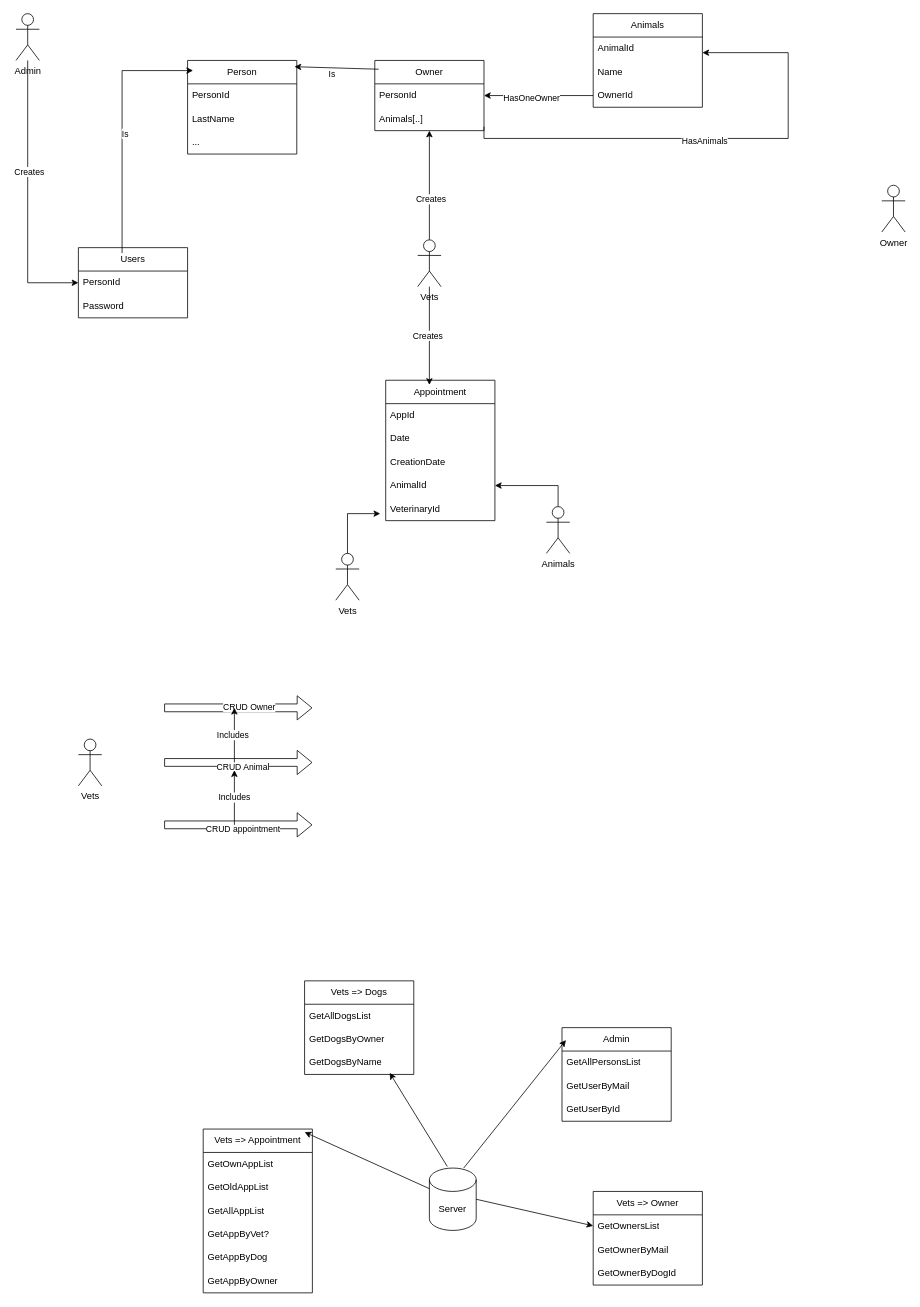
This is VetClinic.drawio from A-LTran/TFTIT_BackEnd_VetClinic_Web_API, a draw.io file, before an edit. Source tidied: cells renumbered, new cells numbered last; positions are measured from the earlier drawing's top-left corner, leaving out a move shared by most shapes. Both pictures are drawn from the tidied source at 78%, with x=0, y=0 at pixel (16, 13).
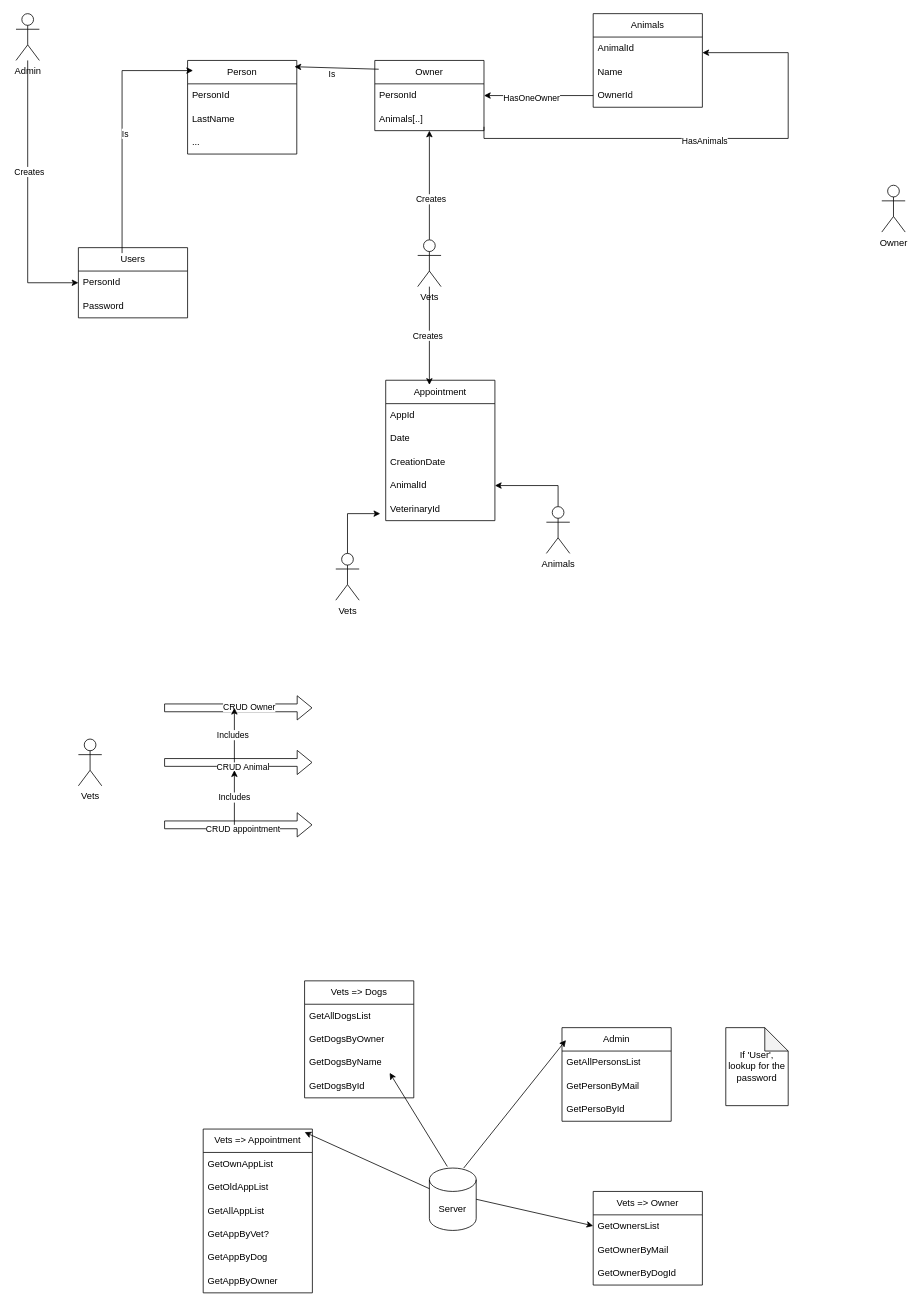
After the change.

Unchanged cells that the change refers to:
```xml
<mxCell id="54" value="Admin" style="swimlane;fontStyle=0;horizontal=1;startSize=30;whiteSpace=wrap;html=1;" parent="1" vertex="1">
  <mxGeometry x="700" y="1300" width="140" height="120" as="geometry" />
</mxCell>
```

Change to the diagram source:
```diff
@@
-    <mxCell id="56" value="GetUserByMail" style="text;strokeColor=none;fillColor=none;align=left;verticalAlign=middle;spacingLeft=4;spacingRight=4;overflow=hidden;whiteSpace=wrap;html=1;" parent="54" vertex="1">
+    <mxCell id="56" value="GetPersonByMail" style="text;strokeColor=none;fillColor=none;align=left;verticalAlign=middle;spacingLeft=4;spacingRight=4;overflow=hidden;whiteSpace=wrap;html=1;" parent="54" vertex="1">
       <mxGeometry y="60" width="140" height="30" as="geometry" />
     </mxCell>
-    <mxCell id="57" value="GetUserById" style="text;strokeColor=none;fillColor=none;align=left;verticalAlign=middle;spacingLeft=4;spacingRight=4;overflow=hidden;whiteSpace=wrap;html=1;" parent="54" vertex="1">
+    <mxCell id="57" value="GetPersoById" style="text;strokeColor=none;fillColor=none;align=left;verticalAlign=middle;spacingLeft=4;spacingRight=4;overflow=hidden;whiteSpace=wrap;html=1;" parent="54" vertex="1">
       <mxGeometry y="90" width="140" height="30" as="geometry" />
     </mxCell>
@@
     <mxCell id="72" value="Vets =&amp;gt; Dogs" style="swimlane;fontStyle=0;horizontal=1;startSize=30;whiteSpace=wrap;html=1;" parent="1" vertex="1">
-      <mxGeometry x="370" y="1240" width="140" height="120" as="geometry" />
+      <mxGeometry x="370" y="1240" width="140" height="150" as="geometry" />
     </mxCell>
@@
+    <mxCell id="77" value="GetDogsById" style="text;strokeColor=none;fillColor=none;align=left;verticalAlign=middle;spacingLeft=4;spacingRight=4;overflow=hidden;whiteSpace=wrap;html=1;" parent="72" vertex="1">
+      <mxGeometry y="120" width="140" height="30" as="geometry" />
+    </mxCell>
@@
+    <mxCell id="78" value="If 'User', lookup for the password" style="shape=note;whiteSpace=wrap;html=1;backgroundOutline=1;darkOpacity=0.05;" parent="1" vertex="1">
+      <mxGeometry x="910" y="1300" width="80" height="100" as="geometry" />
+    </mxCell>
```
